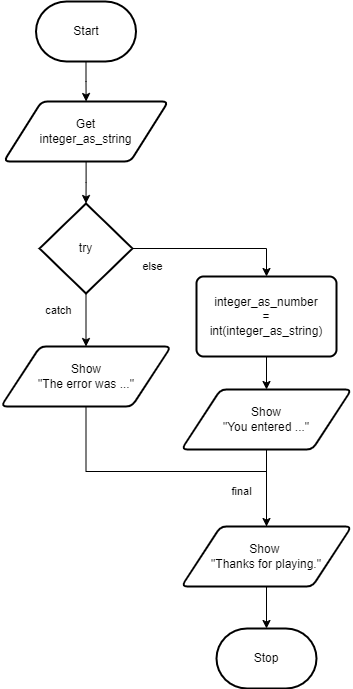
Earlier version of the draw.io export docs/structured-problem-solving/images/flowchart-try-catch.png (Mr-Coxall/Computer-Based-Problem-Solving). Source tidied: cells renumbered, new cells last; positions are measured from the earlier drawing's top-left corner, leaving out a move shared by most shapes.
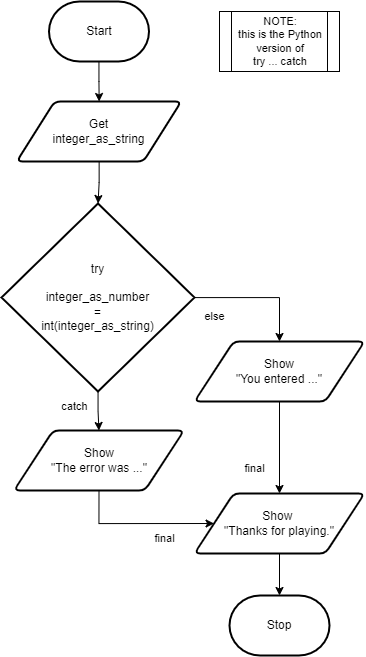
Above is the later version.

Commit message:
revert back to python form of try and catch

Change to the diagram source:
```diff
@@ -6,70 +6,71 @@
       <mxGeometry relative="1" as="geometry" />
     </mxCell>
     <mxCell id="3" value="Start" style="strokeWidth=2;html=1;shape=mxgraph.flowchart.terminator;whiteSpace=wrap;" parent="1" vertex="1">
-      <mxGeometry x="34.5" width="100" height="60" as="geometry" />
+      <mxGeometry x="-11.5" y="-70" width="100" height="60" as="geometry" />
     </mxCell>
     <mxCell id="4" style="edgeStyle=orthogonalEdgeStyle;html=1;rounded=0;" parent="1" edge="1" source="5" target="10">
       <mxGeometry relative="1" as="geometry" />
     </mxCell>
     <mxCell id="5" value="Get&lt;br&gt;integer_as_string" style="shape=parallelogram;html=1;strokeWidth=2;perimeter=parallelogramPerimeter;whiteSpace=wrap;rounded=1;arcSize=12;size=0.23;" parent="1" vertex="1">
-      <mxGeometry x="2.2" y="100" width="164.5" height="60" as="geometry" />
+      <mxGeometry x="-43.8" y="30" width="164.5" height="60" as="geometry" />
     </mxCell>
     <mxCell id="6" value="Stop" style="strokeWidth=2;html=1;shape=mxgraph.flowchart.terminator;whiteSpace=wrap;" parent="1" vertex="1">
-      <mxGeometry x="215" y="627" width="100" height="60" as="geometry" />
+      <mxGeometry x="169" y="524" width="100" height="60" as="geometry" />
     </mxCell>
     <mxCell id="7" style="edgeStyle=none;html=1;strokeColor=none;rounded=0;" parent="1" edge="1" source="10">
       <mxGeometry relative="1" as="geometry">
-        <mxPoint x="123.1" y="390" as="targetPoint" />
+        <mxPoint x="77.1" y="320" as="targetPoint" />
       </mxGeometry>
     </mxCell>
     <mxCell id="8" style="edgeStyle=orthogonalEdgeStyle;shape=connector;rounded=0;html=1;labelBackgroundColor=default;strokeColor=default;fontFamily=Helvetica;fontSize=11;fontColor=default;endArrow=classic;" parent="1" edge="1" source="10" target="15">
       <mxGeometry relative="1" as="geometry" />
     </mxCell>
-    <mxCell id="9" style="edgeStyle=orthogonalEdgeStyle;shape=connector;rounded=0;html=1;exitX=1;exitY=0.5;exitDx=0;exitDy=0;exitPerimeter=0;entryX=0.5;entryY=0;entryDx=0;entryDy=0;labelBackgroundColor=default;strokeColor=default;fontFamily=Helvetica;fontSize=11;fontColor=default;endArrow=classic;" parent="1" edge="1" source="10" target="21">
-      <mxGeometry relative="1" as="geometry" />
-    </mxCell>
+    <mxCell id="22" style="edgeStyle=orthogonalEdgeStyle;shape=connector;rounded=0;html=1;labelBackgroundColor=default;strokeColor=default;fontFamily=Helvetica;fontSize=11;fontColor=default;endArrow=classic;" parent="1" edge="1" source="10" target="13">
+      <mxGeometry relative="1" as="geometry">
+        <Array as="points">
+          <mxPoint x="219" y="226" />
+        </Array>
+      </mxGeometry>
+    </mxCell>
-    <mxCell id="10" value="try" style="strokeWidth=2;html=1;shape=mxgraph.flowchart.decision;whiteSpace=wrap;" parent="1" vertex="1">
-      <mxGeometry x="38" y="202" width="93" height="90" as="geometry" />
+    <mxCell id="10" value="try&lt;br&gt;&lt;br&gt;integer_as_number&lt;br&gt;=&lt;br&gt;int(integer_as_string)" style="strokeWidth=2;html=1;shape=mxgraph.flowchart.decision;whiteSpace=wrap;" parent="1" vertex="1">
+      <mxGeometry x="-59" y="132" width="193" height="188" as="geometry" />
     </mxCell>
     <mxCell id="11" value="catch" style="text;html=1;align=center;verticalAlign=middle;strokeColor=none;fillColor=none;fontSize=11;fontFamily=Helvetica;fontColor=default;" parent="1" vertex="1">
-      <mxGeometry x="32" y="294" width="50" height="30" as="geometry" />
+      <mxGeometry x="-11.5" y="320" width="50" height="30" as="geometry" />
     </mxCell>
-    <mxCell id="12" style="edgeStyle=orthogonalEdgeStyle;shape=connector;rounded=0;html=1;labelBackgroundColor=default;strokeColor=default;fontFamily=Helvetica;fontSize=11;fontColor=default;endArrow=classic;" parent="1" edge="1" source="13">
-      <mxGeometry relative="1" as="geometry">
-        <mxPoint x="265" y="587" as="targetPoint" />
-      </mxGeometry>
-    </mxCell>
+    <mxCell id="23" style="edgeStyle=orthogonalEdgeStyle;shape=connector;rounded=0;html=1;entryX=0.5;entryY=0;entryDx=0;entryDy=0;labelBackgroundColor=default;strokeColor=default;fontFamily=Helvetica;fontSize=11;fontColor=default;endArrow=classic;" parent="1" edge="1" source="13" target="18">
+      <mxGeometry relative="1" as="geometry" />
+    </mxCell>
     <mxCell id="13" value="Show &lt;br&gt;&quot;You entered ...&quot;" style="shape=parallelogram;html=1;strokeWidth=2;perimeter=parallelogramPerimeter;whiteSpace=wrap;rounded=1;arcSize=12;size=0.23;" parent="1" vertex="1">
-      <mxGeometry x="180" y="388" width="170" height="60" as="geometry" />
+      <mxGeometry x="134" y="270" width="170" height="60" as="geometry" />
     </mxCell>
-    <mxCell id="14" style="edgeStyle=orthogonalEdgeStyle;shape=connector;rounded=0;html=1;labelBackgroundColor=default;strokeColor=default;fontFamily=Helvetica;fontSize=11;fontColor=default;endArrow=classic;" parent="1" edge="1" source="15" target="18">
+    <mxCell id="14" style="edgeStyle=orthogonalEdgeStyle;shape=connector;rounded=0;html=1;exitX=0.5;exitY=1;exitDx=0;exitDy=0;entryX=0;entryY=0.5;entryDx=0;entryDy=0;labelBackgroundColor=default;strokeColor=default;fontFamily=Helvetica;fontSize=11;fontColor=default;endArrow=classic;" parent="1" edge="1" source="15" target="18">
       <mxGeometry relative="1" as="geometry">
         <Array as="points">
-          <mxPoint x="85" y="470" />
-          <mxPoint x="265" y="470" />
+          <mxPoint x="38" y="452" />
         </Array>
       </mxGeometry>
     </mxCell>
     <mxCell id="15" value="Show &lt;br&gt;&quot;The error was ...&quot;" style="shape=parallelogram;html=1;strokeWidth=2;perimeter=parallelogramPerimeter;whiteSpace=wrap;rounded=1;arcSize=12;size=0.23;" parent="1" vertex="1">
-      <mxGeometry x="-0.5" y="345" width="170" height="60" as="geometry" />
+      <mxGeometry x="-46.5" y="359" width="170" height="60" as="geometry" />
     </mxCell>
     <mxCell id="16" value="else" style="text;html=1;align=center;verticalAlign=middle;strokeColor=none;fillColor=none;fontSize=11;fontFamily=Helvetica;fontColor=default;" parent="1" vertex="1">
-      <mxGeometry x="131" y="250" width="40" height="30" as="geometry" />
+      <mxGeometry x="134" y="230" width="40" height="30" as="geometry" />
     </mxCell>
     <mxCell id="17" style="edgeStyle=orthogonalEdgeStyle;shape=connector;rounded=0;html=1;labelBackgroundColor=default;strokeColor=default;fontFamily=Helvetica;fontSize=11;fontColor=default;endArrow=classic;" parent="1" edge="1" source="18" target="6">
       <mxGeometry relative="1" as="geometry" />
     </mxCell>
     <mxCell id="18" value="Show&amp;nbsp;&lt;br&gt;&quot;Thanks for playing.&quot;" style="shape=parallelogram;html=1;strokeWidth=2;perimeter=parallelogramPerimeter;whiteSpace=wrap;rounded=1;arcSize=12;size=0.23;" parent="1" vertex="1">
-      <mxGeometry x="180" y="525" width="170" height="60" as="geometry" />
+      <mxGeometry x="134" y="422" width="170" height="60" as="geometry" />
     </mxCell>
     <mxCell id="19" value="final" style="text;html=1;align=center;verticalAlign=middle;strokeColor=none;fillColor=none;fontSize=11;fontFamily=Helvetica;fontColor=default;" parent="1" vertex="1">
-      <mxGeometry x="220" y="475" width="40" height="30" as="geometry" />
+      <mxGeometry x="174" y="382" width="40" height="30" as="geometry" />
     </mxCell>
-    <mxCell id="20" style="edgeStyle=orthogonalEdgeStyle;shape=connector;rounded=0;html=1;entryX=0.5;entryY=0;entryDx=0;entryDy=0;labelBackgroundColor=default;strokeColor=default;fontFamily=Helvetica;fontSize=11;fontColor=default;endArrow=classic;" parent="1" edge="1" source="21" target="13">
-      <mxGeometry relative="1" as="geometry" />
-    </mxCell>
-    <mxCell id="21" value="integer_as_number&lt;br&gt;=&lt;br&gt;int(integer_as_string)" style="rounded=1;whiteSpace=wrap;html=1;absoluteArcSize=1;arcSize=14;strokeWidth=2;" parent="1" vertex="1">
-      <mxGeometry x="195" y="275" width="140" height="80" as="geometry" />
-    </mxCell>
+    <mxCell id="24" value="final" style="text;html=1;align=center;verticalAlign=middle;strokeColor=none;fillColor=none;fontSize=11;fontFamily=Helvetica;fontColor=default;" parent="1" vertex="1">
+      <mxGeometry x="83.5" y="452" width="40" height="30" as="geometry" />
+    </mxCell>
+    <mxCell id="25" value="NOTE:&lt;br&gt;this is the Python version of &lt;br&gt;try ... catch" style="shape=process;whiteSpace=wrap;html=1;backgroundOutline=1;fontFamily=Helvetica;fontSize=11;fontColor=default;" parent="1" vertex="1">
+      <mxGeometry x="159" y="-60" width="120" height="60" as="geometry" />
+    </mxCell>
   </root>
 </mxGraphModel>
```
